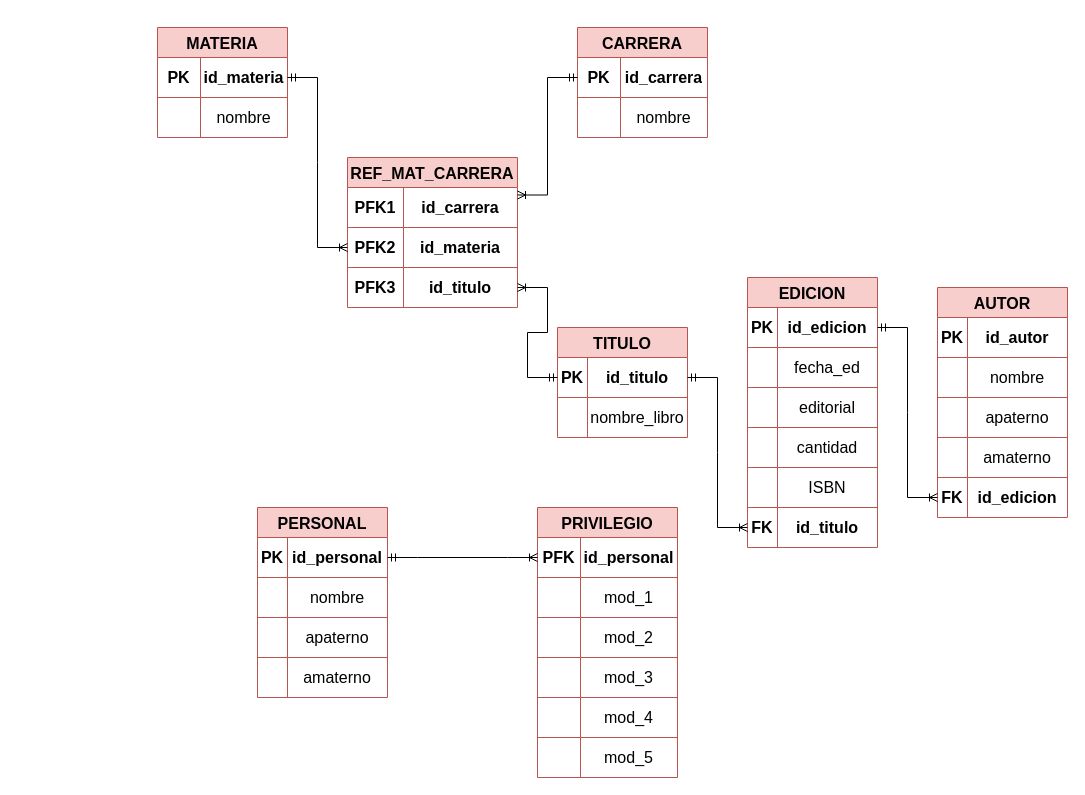
Earlier version of the draw.io diagram Modelo Fisico Proyecto TBD.drawio (misiomishi/itcj). Source tidied: cells renumbered, new cells numbered last; positions are measured from the earlier drawing's top-left corner, leaving out a move shared by most shapes. Both pictures are drawn from the tidied source at 100%, with x=0, y=0 at pixel (157, 27).
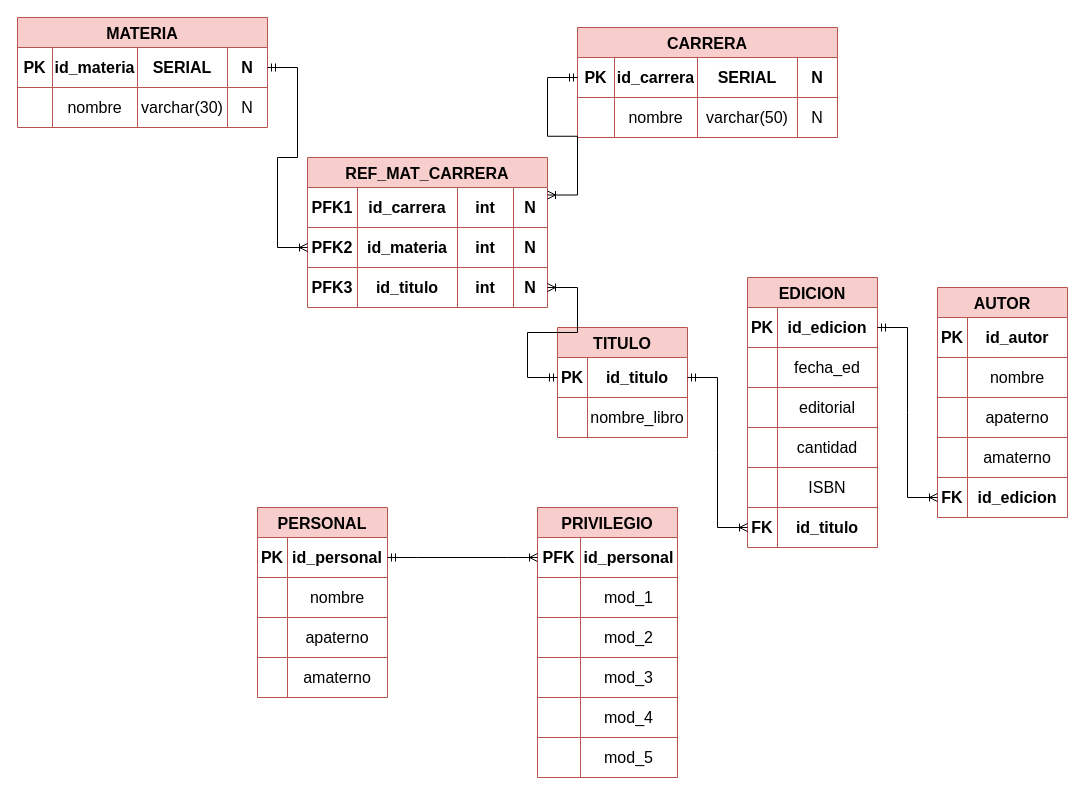
The same page after the edit.

Diff of the diagram source:
```diff
@@
     <mxCell id="2" value="MATERIA" style="shape=table;startSize=30;childLayout=tableLayout;strokeColor=#b85450;fontSize=16;fillColor=#f8cecc;fontStyle=1;" parent="1" vertex="1">
-      <mxGeometry width="130" height="110" as="geometry" />
+      <mxGeometry x="-140" y="-10" width="250" height="110" as="geometry" />
     </mxCell>
     <mxCell id="3" style="shape=tableRow;horizontal=0;startSize=0;swimlaneHead=0;swimlaneBody=0;strokeColor=inherit;top=0;left=0;bottom=0;right=0;fillColor=none;points=[[0,0.5],[1,0.5]];portConstraint=eastwest;fontSize=16;" parent="2" vertex="1">
-      <mxGeometry y="30" width="130" height="40" as="geometry" />
+      <mxGeometry y="30" width="250" height="40" as="geometry" />
     </mxCell>
     <mxCell id="4" value="PK" style="shape=partialRectangle;html=1;whiteSpace=wrap;strokeColor=inherit;overflow=hidden;fillColor=none;top=0;left=0;bottom=0;right=0;fontSize=16;fontStyle=1;" parent="3" vertex="1">
-      <mxGeometry width="43" height="40" as="geometry" />
+      <mxGeometry width="35" height="40" as="geometry" />
     </mxCell>
     <mxCell id="5" value="id_materia" style="shape=partialRectangle;html=1;whiteSpace=wrap;strokeColor=inherit;overflow=hidden;fillColor=none;top=0;left=0;bottom=0;right=0;fontSize=16;fontStyle=1;" parent="3" vertex="1">
-      <mxGeometry x="43" width="87" height="40" as="geometry" />
+      <mxGeometry x="35" width="85" height="40" as="geometry" />
     </mxCell>
+    <mxCell id="106" value="SERIAL" style="shape=partialRectangle;html=1;whiteSpace=wrap;strokeColor=inherit;overflow=hidden;fillColor=none;top=0;left=0;bottom=0;right=0;fontSize=16;fontStyle=1;" parent="3" vertex="1">
+      <mxGeometry x="120" width="90" height="40" as="geometry" />
+    </mxCell>
+    <mxCell id="107" value="N" style="shape=partialRectangle;html=1;whiteSpace=wrap;strokeColor=inherit;overflow=hidden;fillColor=none;top=0;left=0;bottom=0;right=0;fontSize=16;fontStyle=1;" parent="3" vertex="1">
+      <mxGeometry x="210" width="40" height="40" as="geometry" />
+    </mxCell>
     <mxCell id="6" style="shape=tableRow;horizontal=0;startSize=0;swimlaneHead=0;swimlaneBody=0;strokeColor=inherit;top=0;left=0;bottom=0;right=0;fillColor=none;fontSize=16;" parent="2" vertex="1">
-      <mxGeometry y="70" width="130" height="40" as="geometry" />
+      <mxGeometry y="70" width="250" height="40" as="geometry" />
     </mxCell>
     <mxCell id="7" style="shape=partialRectangle;html=1;whiteSpace=wrap;strokeColor=inherit;overflow=hidden;fillColor=none;top=0;left=0;bottom=0;right=0;fontSize=16;" parent="6" vertex="1">
-      <mxGeometry width="43" height="40" as="geometry" />
+      <mxGeometry width="35" height="40" as="geometry" />
     </mxCell>
     <mxCell id="8" value="nombre" style="shape=partialRectangle;html=1;whiteSpace=wrap;strokeColor=inherit;overflow=hidden;fillColor=none;top=0;left=0;bottom=0;right=0;fontSize=16;" parent="6" vertex="1">
-      <mxGeometry x="43" width="87" height="40" as="geometry" />
+      <mxGeometry x="35" width="85" height="40" as="geometry" />
     </mxCell>
+    <mxCell id="108" value="varchar(30)" style="shape=partialRectangle;html=1;whiteSpace=wrap;strokeColor=inherit;overflow=hidden;fillColor=none;top=0;left=0;bottom=0;right=0;fontSize=16;" parent="6" vertex="1">
+      <mxGeometry x="120" width="90" height="40" as="geometry" />
+    </mxCell>
+    <mxCell id="109" value="N" style="shape=partialRectangle;html=1;whiteSpace=wrap;strokeColor=inherit;overflow=hidden;fillColor=none;top=0;left=0;bottom=0;right=0;fontSize=16;" parent="6" vertex="1">
+      <mxGeometry x="210" width="40" height="40" as="geometry" />
+    </mxCell>
     <mxCell id="9" value="CARRERA" style="shape=table;startSize=30;childLayout=tableLayout;strokeColor=#b85450;fontSize=16;fillColor=#f8cecc;fontStyle=1;" parent="1" vertex="1">
-      <mxGeometry x="420" width="130" height="110" as="geometry" />
+      <mxGeometry x="420" width="260" height="110" as="geometry" />
     </mxCell>
     <mxCell id="10" style="shape=tableRow;horizontal=0;startSize=0;swimlaneHead=0;swimlaneBody=0;strokeColor=inherit;top=0;left=0;bottom=0;right=0;fillColor=none;points=[[0,0.5],[1,0.5]];portConstraint=eastwest;fontSize=16;" parent="9" vertex="1">
-      <mxGeometry y="30" width="130" height="40" as="geometry" />
+      <mxGeometry y="30" width="260" height="40" as="geometry" />
     </mxCell>
     <mxCell id="11" value="PK" style="shape=partialRectangle;html=1;whiteSpace=wrap;strokeColor=inherit;overflow=hidden;fillColor=none;top=0;left=0;bottom=0;right=0;fontSize=16;fontStyle=1;" parent="10" vertex="1">
-      <mxGeometry width="43" height="40" as="geometry" />
+      <mxGeometry width="37" height="40" as="geometry" />
     </mxCell>
     <mxCell id="12" value="id_carrera" style="shape=partialRectangle;html=1;whiteSpace=wrap;strokeColor=inherit;overflow=hidden;fillColor=none;top=0;left=0;bottom=0;right=0;fontSize=16;fontStyle=1;" parent="10" vertex="1">
-      <mxGeometry x="43" width="87" height="40" as="geometry" />
+      <mxGeometry x="37" width="83" height="40" as="geometry" />
     </mxCell>
+    <mxCell id="110" value="SERIAL" style="shape=partialRectangle;html=1;whiteSpace=wrap;strokeColor=inherit;overflow=hidden;fillColor=none;top=0;left=0;bottom=0;right=0;fontSize=16;fontStyle=1;" parent="10" vertex="1">
+      <mxGeometry x="120" width="100" height="40" as="geometry" />
+    </mxCell>
+    <mxCell id="111" value="N" style="shape=partialRectangle;html=1;whiteSpace=wrap;strokeColor=inherit;overflow=hidden;fillColor=none;top=0;left=0;bottom=0;right=0;fontSize=16;fontStyle=1;" parent="10" vertex="1">
+      <mxGeometry x="220" width="40" height="40" as="geometry" />
+    </mxCell>
     <mxCell id="13" style="shape=tableRow;horizontal=0;startSize=0;swimlaneHead=0;swimlaneBody=0;strokeColor=inherit;top=0;left=0;bottom=0;right=0;fillColor=none;fontSize=16;" parent="9" vertex="1">
-      <mxGeometry y="70" width="130" height="40" as="geometry" />
+      <mxGeometry y="70" width="260" height="40" as="geometry" />
     </mxCell>
     <mxCell id="14" style="shape=partialRectangle;html=1;whiteSpace=wrap;strokeColor=inherit;overflow=hidden;fillColor=none;top=0;left=0;bottom=0;right=0;fontSize=16;" parent="13" vertex="1">
-      <mxGeometry width="43" height="40" as="geometry" />
+      <mxGeometry width="37" height="40" as="geometry" />
     </mxCell>
     <mxCell id="15" value="nombre" style="shape=partialRectangle;html=1;whiteSpace=wrap;strokeColor=inherit;overflow=hidden;fillColor=none;top=0;left=0;bottom=0;right=0;fontSize=16;" parent="13" vertex="1">
-      <mxGeometry x="43" width="87" height="40" as="geometry" />
+      <mxGeometry x="37" width="83" height="40" as="geometry" />
     </mxCell>
+    <mxCell id="112" value="varchar(50)" style="shape=partialRectangle;html=1;whiteSpace=wrap;strokeColor=inherit;overflow=hidden;fillColor=none;top=0;left=0;bottom=0;right=0;fontSize=16;" parent="13" vertex="1">
+      <mxGeometry x="120" width="100" height="40" as="geometry" />
+    </mxCell>
+    <mxCell id="113" value="N" style="shape=partialRectangle;html=1;whiteSpace=wrap;strokeColor=inherit;overflow=hidden;fillColor=none;top=0;left=0;bottom=0;right=0;fontSize=16;" parent="13" vertex="1">
+      <mxGeometry x="220" width="40" height="40" as="geometry" />
+    </mxCell>
@@
     <mxCell id="23" value="REF_MAT_CARRERA" style="shape=table;startSize=30;childLayout=tableLayout;strokeColor=#b85450;fontSize=16;fillColor=#f8cecc;fontStyle=1;" parent="1" vertex="1">
-      <mxGeometry x="190" y="130" width="170" height="150" as="geometry" />
+      <mxGeometry x="150" y="130" width="240" height="150" as="geometry" />
     </mxCell>
     <mxCell id="24" style="shape=tableRow;horizontal=0;startSize=0;swimlaneHead=0;swimlaneBody=0;strokeColor=inherit;top=0;left=0;bottom=0;right=0;fillColor=none;fontSize=16;fontStyle=1;" parent="23" vertex="1">
-      <mxGeometry y="30" width="170" height="40" as="geometry" />
+      <mxGeometry y="30" width="240" height="40" as="geometry" />
     </mxCell>
     <mxCell id="25" value="PFK1" style="shape=partialRectangle;html=1;whiteSpace=wrap;strokeColor=inherit;overflow=hidden;fillColor=none;top=0;left=0;bottom=0;right=0;fontSize=16;fontStyle=1;" parent="24" vertex="1">
-      <mxGeometry width="56" height="40" as="geometry" />
+      <mxGeometry width="50" height="40" as="geometry" />
     </mxCell>
     <mxCell id="26" value="id_carrera" style="shape=partialRectangle;html=1;whiteSpace=wrap;strokeColor=inherit;overflow=hidden;fillColor=none;top=0;left=0;bottom=0;right=0;fontSize=16;fontStyle=1;" parent="24" vertex="1">
-      <mxGeometry x="56" width="114" height="40" as="geometry" />
+      <mxGeometry x="50" width="100" height="40" as="geometry" />
     </mxCell>
+    <mxCell id="114" value="int" style="shape=partialRectangle;html=1;whiteSpace=wrap;strokeColor=inherit;overflow=hidden;fillColor=none;top=0;left=0;bottom=0;right=0;fontSize=16;fontStyle=1;" parent="24" vertex="1">
+      <mxGeometry x="150" width="56" height="40" as="geometry" />
+    </mxCell>
+    <mxCell id="115" value="N" style="shape=partialRectangle;html=1;whiteSpace=wrap;strokeColor=inherit;overflow=hidden;fillColor=none;top=0;left=0;bottom=0;right=0;fontSize=16;fontStyle=1;" parent="24" vertex="1">
+      <mxGeometry x="206" width="34" height="40" as="geometry" />
+    </mxCell>
     <mxCell id="27" style="shape=tableRow;horizontal=0;startSize=0;swimlaneHead=0;swimlaneBody=0;strokeColor=inherit;top=0;left=0;bottom=0;right=0;fillColor=none;points=[[0,0.5],[1,0.5]];portConstraint=eastwest;fontSize=16;fontStyle=1;" parent="23" vertex="1">
-      <mxGeometry y="70" width="170" height="40" as="geometry" />
+      <mxGeometry y="70" width="240" height="40" as="geometry" />
     </mxCell>
     <mxCell id="28" value="PFK2" style="shape=partialRectangle;html=1;whiteSpace=wrap;strokeColor=inherit;overflow=hidden;fillColor=none;top=0;left=0;bottom=0;right=0;fontSize=16;fontStyle=1;" parent="27" vertex="1">
-      <mxGeometry width="56" height="40" as="geometry" />
+      <mxGeometry width="50" height="40" as="geometry" />
     </mxCell>
     <mxCell id="29" value="id_materia" style="shape=partialRectangle;html=1;whiteSpace=wrap;strokeColor=inherit;overflow=hidden;fillColor=none;top=0;left=0;bottom=0;right=0;fontSize=16;fontStyle=1;" parent="27" vertex="1">
-      <mxGeometry x="56" width="114" height="40" as="geometry" />
+      <mxGeometry x="50" width="100" height="40" as="geometry" />
     </mxCell>
+    <mxCell id="116" value="int" style="shape=partialRectangle;html=1;whiteSpace=wrap;strokeColor=inherit;overflow=hidden;fillColor=none;top=0;left=0;bottom=0;right=0;fontSize=16;fontStyle=1;" parent="27" vertex="1">
+      <mxGeometry x="150" width="56" height="40" as="geometry" />
+    </mxCell>
+    <mxCell id="117" value="N" style="shape=partialRectangle;html=1;whiteSpace=wrap;strokeColor=inherit;overflow=hidden;fillColor=none;top=0;left=0;bottom=0;right=0;fontSize=16;fontStyle=1;" parent="27" vertex="1">
+      <mxGeometry x="206" width="34" height="40" as="geometry" />
+    </mxCell>
     <mxCell id="30" style="shape=tableRow;horizontal=0;startSize=0;swimlaneHead=0;swimlaneBody=0;strokeColor=inherit;top=0;left=0;bottom=0;right=0;fillColor=none;points=[[0,0.5],[1,0.5]];portConstraint=eastwest;fontSize=16;fontStyle=1;" parent="23" vertex="1">
-      <mxGeometry y="110" width="170" height="40" as="geometry" />
+      <mxGeometry y="110" width="240" height="40" as="geometry" />
     </mxCell>
     <mxCell id="31" value="PFK3" style="shape=partialRectangle;html=1;whiteSpace=wrap;strokeColor=inherit;overflow=hidden;fillColor=none;top=0;left=0;bottom=0;right=0;fontSize=16;fontStyle=1;" parent="30" vertex="1">
-      <mxGeometry width="56" height="40" as="geometry" />
+      <mxGeometry width="50" height="40" as="geometry" />
     </mxCell>
     <mxCell id="32" value="id_titulo" style="shape=partialRectangle;html=1;whiteSpace=wrap;strokeColor=inherit;overflow=hidden;fillColor=none;top=0;left=0;bottom=0;right=0;fontSize=16;fontStyle=1;" parent="30" vertex="1">
-      <mxGeometry x="56" width="114" height="40" as="geometry" />
+      <mxGeometry x="50" width="100" height="40" as="geometry" />
     </mxCell>
+    <mxCell id="118" value="int" style="shape=partialRectangle;html=1;whiteSpace=wrap;strokeColor=inherit;overflow=hidden;fillColor=none;top=0;left=0;bottom=0;right=0;fontSize=16;fontStyle=1;" parent="30" vertex="1">
+      <mxGeometry x="150" width="56" height="40" as="geometry" />
+    </mxCell>
+    <mxCell id="119" value="N" style="shape=partialRectangle;html=1;whiteSpace=wrap;strokeColor=inherit;overflow=hidden;fillColor=none;top=0;left=0;bottom=0;right=0;fontSize=16;fontStyle=1;" parent="30" vertex="1">
+      <mxGeometry x="206" width="34" height="40" as="geometry" />
+    </mxCell>
```
